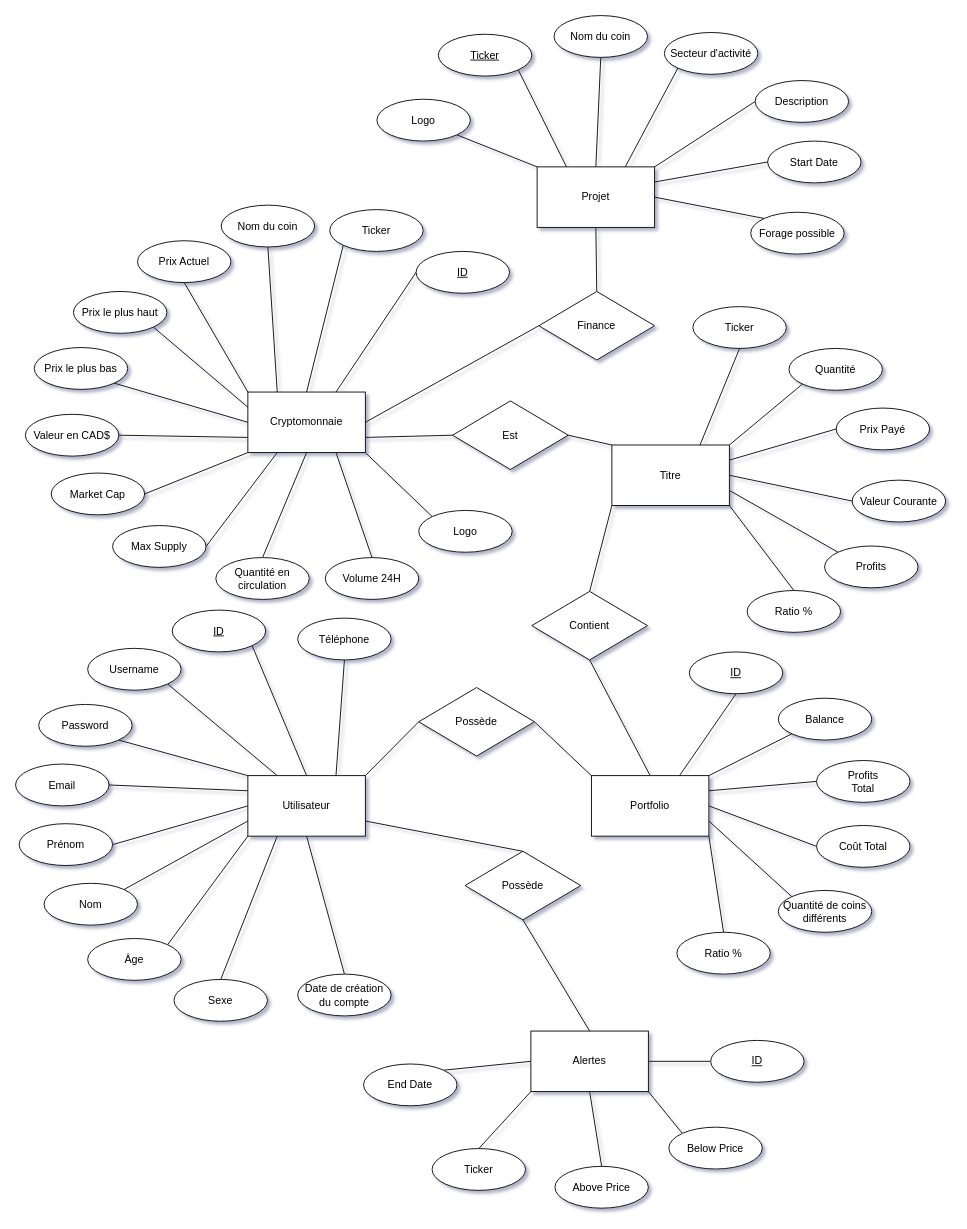
This is Entite-Relation.drawio from matreurai/GLO-2005, a draw.io file, before an edit. Source tidied: cells renumbered, new cells numbered last; positions are measured from the earlier drawing's top-left corner, leaving out a move shared by most shapes. Both pictures are drawn from the tidied source at 89%, with x=0, y=0 at pixel (15, 15).
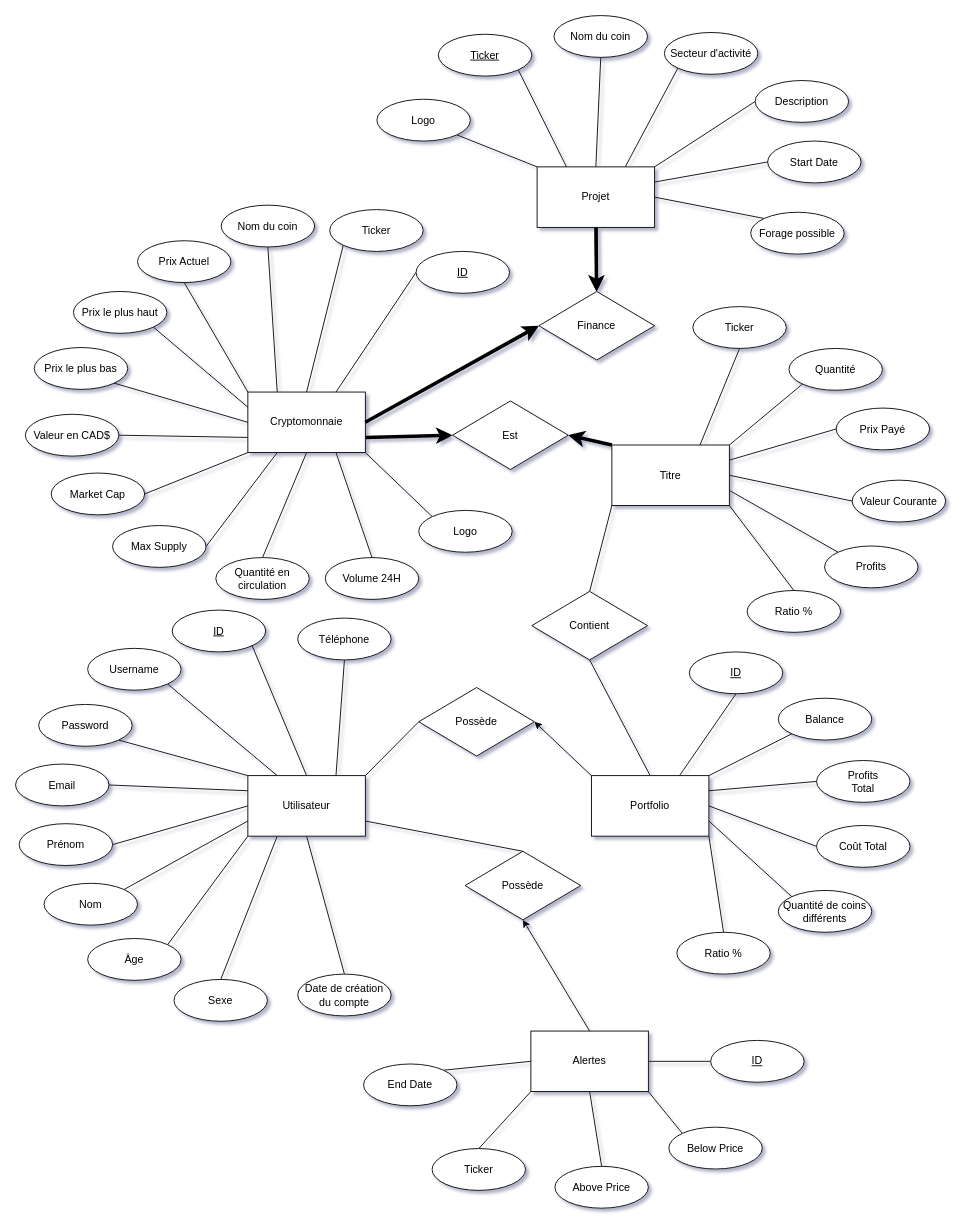
The same page after the edit.

Commit message:
Ajout des cardinalites

The change refers to these unchanged cells:
```xml
<mxCell id="25" value="Possède" style="rhombus;whiteSpace=wrap;html=1;" parent="1" vertex="1">
  <mxGeometry x="453" y="755" width="130" height="77" as="geometry" />
</mxCell>
<mxCell id="33" value="Portfolio" style="rounded=0;whiteSpace=wrap;html=1;" parent="1" vertex="1">
  <mxGeometry x="647" y="854" width="132" height="68" as="geometry" />
</mxCell>
<mxCell id="49" value="Cryptomonnaie" style="rounded=0;whiteSpace=wrap;html=1;" parent="1" vertex="1">
  <mxGeometry x="261" y="423" width="132" height="68" as="geometry" />
</mxCell>
<mxCell id="52" value="Finance" style="rhombus;whiteSpace=wrap;html=1;" parent="1" vertex="1">
  <mxGeometry x="588" y="310" width="130" height="77" as="geometry" />
</mxCell>
<mxCell id="69" value="Projet" style="rounded=0;whiteSpace=wrap;html=1;" parent="1" vertex="1">
  <mxGeometry x="586" y="170" width="132" height="68" as="geometry" />
</mxCell>
<mxCell id="72" value="Contient" style="rhombus;whiteSpace=wrap;html=1;" parent="1" vertex="1">
  <mxGeometry x="580" y="647" width="130" height="77" as="geometry" />
</mxCell>
<mxCell id="84" value="Titre" style="rounded=0;whiteSpace=wrap;html=1;" parent="1" vertex="1">
  <mxGeometry x="670" y="482.5" width="132" height="68" as="geometry" />
</mxCell>
<mxCell id="100" value="Est" style="rhombus;whiteSpace=wrap;html=1;" parent="1" vertex="1">
  <mxGeometry x="491" y="433" width="130" height="77" as="geometry" />
</mxCell>
<mxCell id="107" value="Alertes" style="rounded=0;whiteSpace=wrap;html=1;" parent="1" vertex="1">
  <mxGeometry x="579" y="1141" width="132" height="68" as="geometry" />
</mxCell>
<mxCell id="109" value="Possède" style="rhombus;whiteSpace=wrap;html=1;" parent="1" vertex="1">
  <mxGeometry x="505" y="939" width="130" height="77" as="geometry" />
</mxCell>
```

The edit, as a diff of the source:
```diff
@@
-    <mxCell id="24" style="edgeStyle=none;rounded=0;jettySize=auto;html=1;exitX=1;exitY=0.5;exitDx=0;exitDy=0;entryX=0;entryY=0;entryDx=0;entryDy=0;endArrow=none;endFill=0;" parent="1" edge="1" source="25" target="33">
+    <mxCell id="24" style="edgeStyle=none;rounded=0;jettySize=auto;html=1;exitX=1;exitY=0.5;exitDx=0;exitDy=0;entryX=0;entryY=0;entryDx=0;entryDy=0;endArrow=none;endFill=0;startArrow=classic;startFill=1;" parent="1" edge="1" source="25" target="33">
       <mxGeometry relative="1" as="geometry" />
     </mxCell>
@@
-    <mxCell id="48" style="rounded=0;jettySize=auto;html=1;exitX=1;exitY=0.75;exitDx=0;exitDy=0;entryX=0;entryY=0.5;entryDx=0;entryDy=0;endArrow=none;endFill=0;" parent="1" edge="1" source="49" target="100">
+    <mxCell id="48" style="rounded=0;jettySize=auto;html=1;exitX=1;exitY=0.75;exitDx=0;exitDy=0;entryX=0;entryY=0.5;entryDx=0;entryDy=0;endArrow=classic;endFill=1;strokeWidth=4;" parent="1" edge="1" source="49" target="100">
       <mxGeometry relative="1" as="geometry" />
     </mxCell>
@@
-    <mxCell id="50" style="edgeStyle=none;rounded=0;jettySize=auto;html=1;exitX=0;exitY=0.5;exitDx=0;exitDy=0;entryX=1;entryY=0.5;entryDx=0;entryDy=0;endArrow=none;endFill=0;" parent="1" edge="1" source="52" target="49">
+    <mxCell id="50" style="edgeStyle=none;rounded=0;jettySize=auto;html=1;exitX=0;exitY=0.5;exitDx=0;exitDy=0;entryX=1;entryY=0.5;entryDx=0;entryDy=0;endArrow=none;endFill=0;strokeWidth=4;startArrow=classic;startFill=1;" parent="1" edge="1" source="52" target="49">
       <mxGeometry relative="1" as="geometry" />
     </mxCell>
-    <mxCell id="51" style="edgeStyle=none;rounded=0;jettySize=auto;html=1;exitX=0.5;exitY=0;exitDx=0;exitDy=0;entryX=0.5;entryY=1;entryDx=0;entryDy=0;endArrow=none;endFill=0;" parent="1" edge="1" source="52" target="69">
+    <mxCell id="51" style="edgeStyle=none;rounded=0;jettySize=auto;html=1;exitX=0.5;exitY=0;exitDx=0;exitDy=0;entryX=0.5;entryY=1;entryDx=0;entryDy=0;endArrow=none;endFill=0;strokeWidth=3;startArrow=classic;startFill=1;" parent="1" edge="1" source="52" target="69">
       <mxGeometry relative="1" as="geometry" />
     </mxCell>
+    <mxCell id="115" style="edgeStyle=none;rounded=0;jettySize=auto;html=1;startArrow=classic;startFill=1;endArrow=none;endFill=0;strokeWidth=4;" parent="1" edge="1" source="52" target="69">
+      <mxGeometry relative="1" as="geometry" />
+    </mxCell>
@@
-    <mxCell id="71" style="edgeStyle=none;rounded=0;jettySize=auto;html=1;exitX=0.5;exitY=0;exitDx=0;exitDy=0;entryX=0;entryY=1;entryDx=0;entryDy=0;endArrow=none;endFill=0;" parent="1" edge="1" source="72" target="84">
+    <mxCell id="71" style="edgeStyle=none;rounded=0;jettySize=auto;html=1;exitX=0.5;exitY=0;exitDx=0;exitDy=0;entryX=0;entryY=1;entryDx=0;entryDy=0;endArrow=none;endFill=0;startArrow=none;startFill=0;strokeWidth=1;" parent="1" edge="1" source="72" target="84">
       <mxGeometry relative="1" as="geometry" />
     </mxCell>
@@
-    <mxCell id="99" style="edgeStyle=none;rounded=0;jettySize=auto;html=1;exitX=1;exitY=0.5;exitDx=0;exitDy=0;entryX=0;entryY=0;entryDx=0;entryDy=0;endArrow=none;endFill=0;" parent="1" edge="1" source="100" target="84">
+    <mxCell id="99" style="edgeStyle=none;rounded=0;jettySize=auto;html=1;exitX=1;exitY=0.5;exitDx=0;exitDy=0;entryX=0;entryY=0;entryDx=0;entryDy=0;endArrow=none;endFill=0;strokeWidth=4;startArrow=classic;startFill=1;" parent="1" edge="1" source="100" target="84">
       <mxGeometry relative="1" as="geometry" />
     </mxCell>
@@
-    <mxCell id="108" style="edgeStyle=none;rounded=0;jettySize=auto;html=1;exitX=0.5;exitY=1;exitDx=0;exitDy=0;entryX=0.5;entryY=0;entryDx=0;entryDy=0;endArrow=none;endFill=0;" parent="1" edge="1" source="109" target="107">
+    <mxCell id="108" style="edgeStyle=none;rounded=0;jettySize=auto;html=1;exitX=0.5;exitY=1;exitDx=0;exitDy=0;entryX=0.5;entryY=0;entryDx=0;entryDy=0;endArrow=none;endFill=0;startArrow=classic;startFill=1;" parent="1" edge="1" source="109" target="107">
       <mxGeometry relative="1" as="geometry" />
     </mxCell>
```
